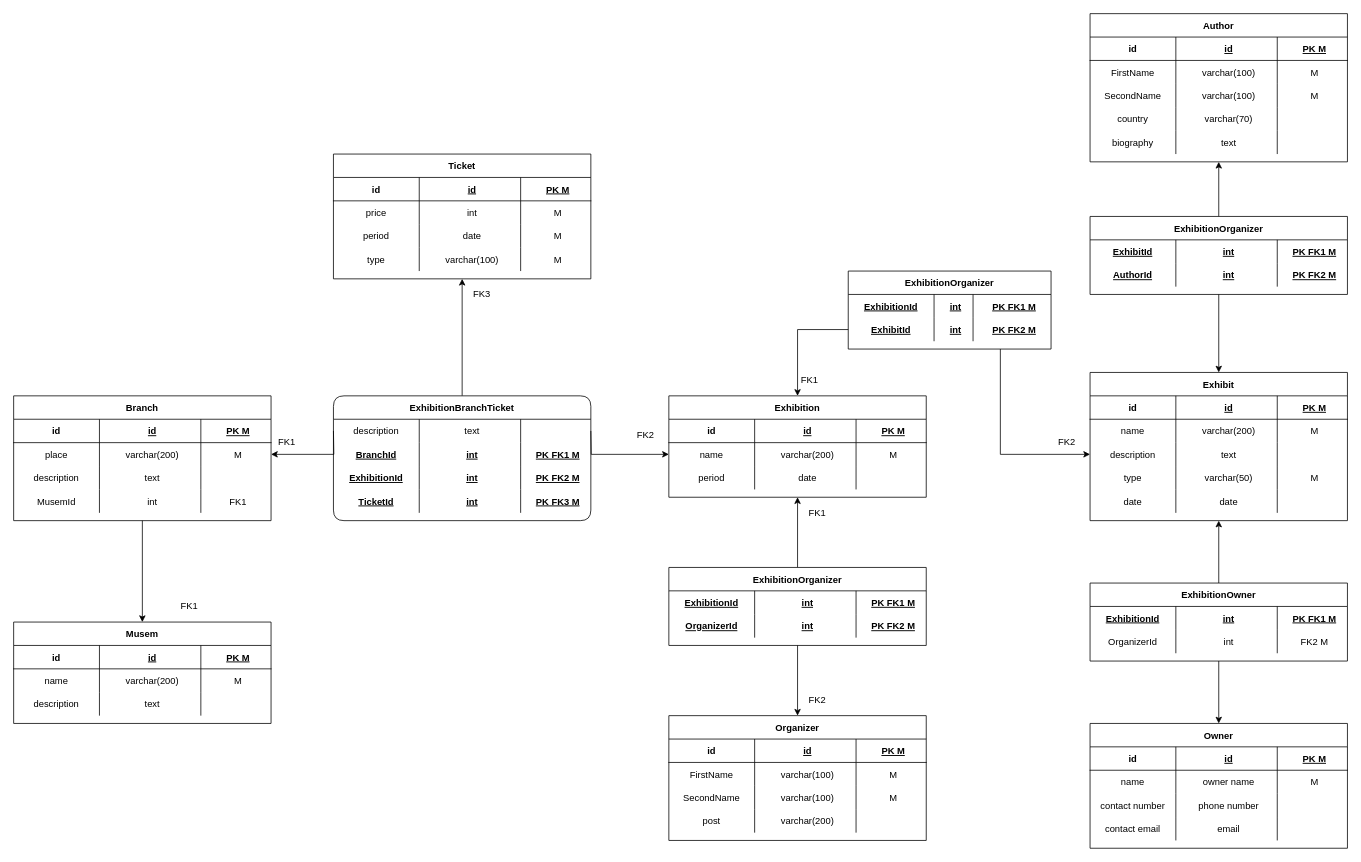
sergalb/db-musem-project keeps this draw.io diagram as Musem PDM.drawio. Above is the earlier version. Source tidied: cells renumbered, new cells numbered last; positions are measured from the earlier drawing's top-left corner, leaving out a move shared by most shapes. Both pictures are drawn from the tidied source at 78%, with x=0, y=0 at pixel (13, 13).
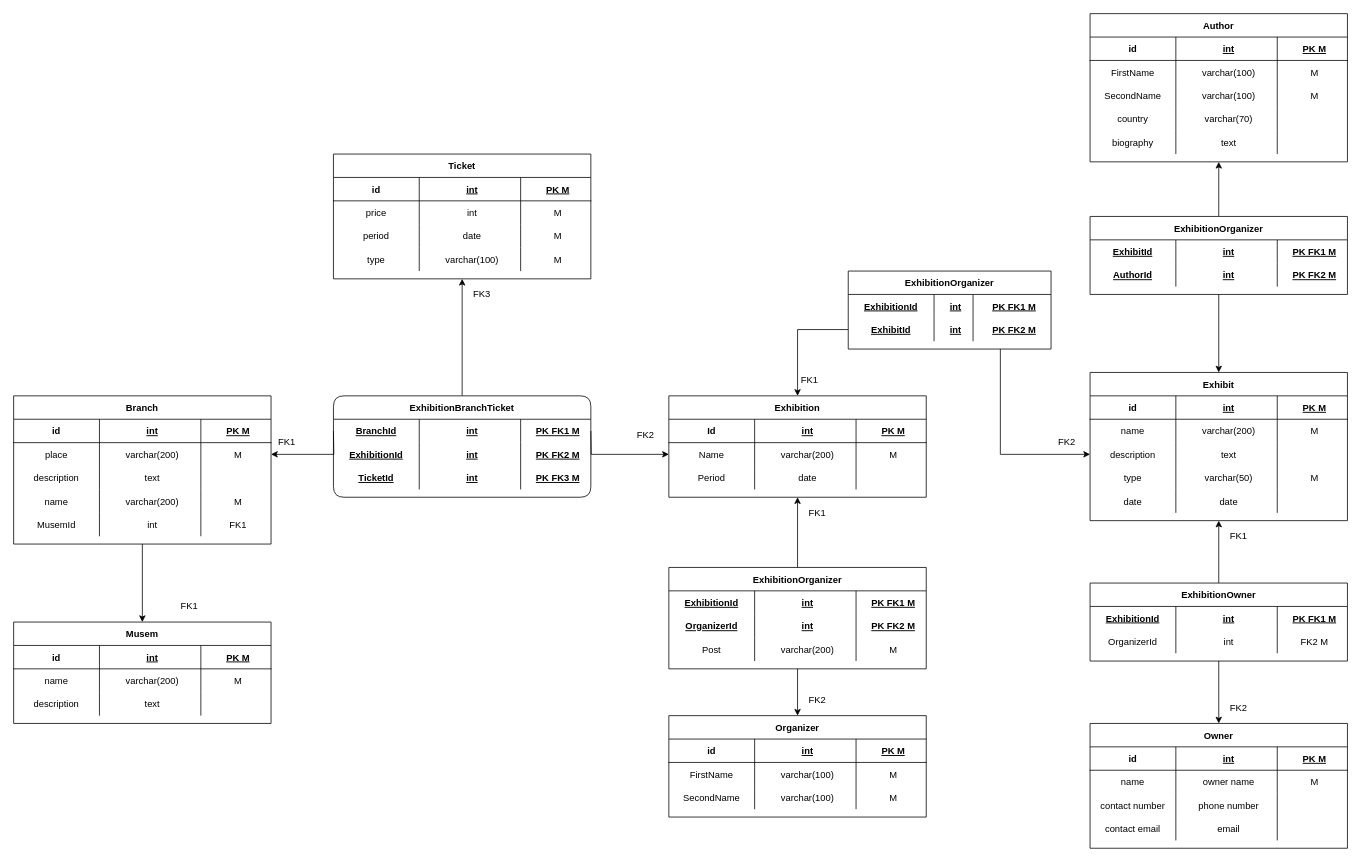
The same page after the edit.

The change refers to these unchanged cells:
```xml
<mxCell id="4" style="shape=partialRectangle;fillColor=none;top=0;left=0;bottom=1;right=0;align=center;" parent="3" vertex="1">
  <mxGeometry y="30" width="330" height="30" as="geometry" />
</mxCell>
<mxCell id="17" style="shape=partialRectangle;fillColor=none;top=0;left=0;bottom=1;right=0;align=center;" parent="16" vertex="1">
  <mxGeometry y="30" width="330" height="30" as="geometry" />
</mxCell>
<mxCell id="36" style="shape=partialRectangle;fillColor=none;top=0;left=0;bottom=1;right=0;align=center;" parent="35" vertex="1">
  <mxGeometry y="30" width="330" height="30" as="geometry" />
</mxCell>
<mxCell id="58" style="shape=partialRectangle;fillColor=none;top=0;left=0;bottom=1;right=0;align=center;" parent="57" vertex="1">
  <mxGeometry y="30" width="330" height="30" as="geometry" />
</mxCell>
<mxCell id="80" style="shape=partialRectangle;fillColor=none;top=0;left=0;bottom=1;right=0;align=center;" parent="79" vertex="1">
  <mxGeometry y="30" width="330" height="30" as="geometry" />
</mxCell>
<mxCell id="99" style="shape=partialRectangle;fillColor=none;top=0;left=0;bottom=1;right=0;align=center;" parent="98" vertex="1">
  <mxGeometry y="30" width="330" height="30" as="geometry" />
</mxCell>
<mxCell id="103" style="shape=partialRectangle;fillColor=none;top=0;left=0;bottom=0;right=0;points=[[0,0.5],[1,0.5]];portConstraint=eastwest;align=center;" parent="98" vertex="1">
  <mxGeometry y="60" width="330" height="30" as="geometry" />
</mxCell>
<mxCell id="107" style="shape=partialRectangle;fillColor=none;top=0;left=0;bottom=0;right=0;align=center;" parent="98" vertex="1">
  <mxGeometry y="90" width="330" height="30" as="geometry" />
</mxCell>
<mxCell id="113" style="shape=partialRectangle;fillColor=none;top=0;left=0;bottom=1;right=0;align=center;" parent="112" vertex="1">
  <mxGeometry y="30" width="330" height="30" as="geometry" />
</mxCell>
<mxCell id="186" style="shape=partialRectangle;fillColor=none;top=0;left=0;bottom=1;right=0;align=center;" parent="185" vertex="1">
  <mxGeometry y="30" width="330" height="30" as="geometry" />
</mxCell>
```

Diff of the diagram source:
```diff
@@
-    <mxCell id="6" value="id" style="shape=partialRectangle;fillColor=none;top=0;left=0;bottom=0;right=0;align=center;spacingLeft=6;fontStyle=5;overflow=hidden;" parent="4" vertex="1">
+    <mxCell id="6" value="int" style="shape=partialRectangle;fillColor=none;top=0;left=0;bottom=0;right=0;align=center;spacingLeft=6;fontStyle=5;overflow=hidden;" parent="4" vertex="1">
       <mxGeometry x="110" width="130" height="30" as="geometry" />
     </mxCell>
@@
     <mxCell id="16" value="Branch" style="shape=table;startSize=30;childLayout=tableLayout;rowLines=0;fontStyle=1;align=center;" parent="1" vertex="1">
-      <mxGeometry y="490" width="330" height="160" as="geometry" />
+      <mxGeometry y="490" width="330" height="190" as="geometry" />
     </mxCell>
@@
-    <mxCell id="19" value="id" style="shape=partialRectangle;fillColor=none;top=0;left=0;bottom=0;right=0;align=center;spacingLeft=6;fontStyle=5;overflow=hidden;" parent="17" vertex="1">
+    <mxCell id="19" value="int" style="shape=partialRectangle;fillColor=none;top=0;left=0;bottom=0;right=0;align=center;spacingLeft=6;fontStyle=5;overflow=hidden;" parent="17" vertex="1">
       <mxGeometry x="110" width="130" height="30" as="geometry" />
     </mxCell>
@@
+    <mxCell id="92" style="shape=partialRectangle;fillColor=none;top=0;left=0;bottom=0;right=0;align=center;" parent="16" vertex="1">
+      <mxGeometry y="120" width="330" height="30" as="geometry" />
+    </mxCell>
+    <mxCell id="211" value="name" style="shape=partialRectangle;fillColor=none;top=0;left=0;bottom=0;right=0;overflow=hidden;align=center;" parent="92" vertex="1">
+      <mxGeometry width="110" height="30" as="geometry" />
+    </mxCell>
+    <mxCell id="94" value="varchar(200)" style="shape=partialRectangle;fillColor=none;top=0;left=0;bottom=0;right=0;align=center;spacingLeft=6;overflow=hidden;" parent="92" vertex="1">
+      <mxGeometry x="110" width="130" height="30" as="geometry" />
+    </mxCell>
+    <mxCell id="212" value="M" style="shape=partialRectangle;fillColor=none;top=0;left=0;bottom=0;right=0;align=center;spacingLeft=6;overflow=hidden;" parent="92" vertex="1">
+      <mxGeometry x="240" width="90" height="30" as="geometry" />
+    </mxCell>
     <mxCell id="29" style="shape=partialRectangle;fillColor=none;top=0;left=0;bottom=0;right=0;align=center;" parent="16" vertex="1">
-      <mxGeometry y="120" width="330" height="30" as="geometry" />
+      <mxGeometry y="150" width="330" height="30" as="geometry" />
     </mxCell>
@@
-    <mxCell id="38" value="id" style="shape=partialRectangle;fillColor=none;top=0;left=0;bottom=0;right=0;align=center;spacingLeft=6;fontStyle=5;overflow=hidden;" parent="36" vertex="1">
+    <mxCell id="38" value="int" style="shape=partialRectangle;fillColor=none;top=0;left=0;bottom=0;right=0;align=center;spacingLeft=6;fontStyle=5;overflow=hidden;" parent="36" vertex="1">
       <mxGeometry x="110" width="130" height="30" as="geometry" />
     </mxCell>
@@
-    <mxCell id="60" value="id" style="shape=partialRectangle;fillColor=none;top=0;left=0;bottom=0;right=0;align=center;spacingLeft=6;fontStyle=5;overflow=hidden;" parent="58" vertex="1">
+    <mxCell id="60" value="int" style="shape=partialRectangle;fillColor=none;top=0;left=0;bottom=0;right=0;align=center;spacingLeft=6;fontStyle=5;overflow=hidden;" parent="58" vertex="1">
       <mxGeometry x="110" width="130" height="30" as="geometry" />
     </mxCell>
@@
     <mxCell id="79" value="Organizer" style="shape=table;startSize=30;childLayout=tableLayout;rowLines=0;fontStyle=1;align=center;" parent="1" vertex="1">
-      <mxGeometry x="840" y="900" width="330" height="160" as="geometry" />
+      <mxGeometry x="840" y="900" width="330" height="130" as="geometry" />
     </mxCell>
@@
-    <mxCell id="82" value="id" style="shape=partialRectangle;fillColor=none;top=0;left=0;bottom=0;right=0;align=center;spacingLeft=6;fontStyle=5;overflow=hidden;" parent="80" vertex="1">
+    <mxCell id="82" value="int" style="shape=partialRectangle;fillColor=none;top=0;left=0;bottom=0;right=0;align=center;spacingLeft=6;fontStyle=5;overflow=hidden;" parent="80" vertex="1">
       <mxGeometry x="110" width="130" height="30" as="geometry" />
     </mxCell>
@@
-    <mxCell id="92" style="shape=partialRectangle;fillColor=none;top=0;left=0;bottom=0;right=0;align=center;" parent="79" vertex="1">
-      <mxGeometry y="120" width="330" height="30" as="geometry" />
-    </mxCell>
-    <mxCell id="93" value="post" style="shape=partialRectangle;fillColor=none;top=0;left=0;bottom=0;right=0;overflow=hidden;align=center;" parent="92" vertex="1">
-      <mxGeometry width="110" height="30" as="geometry" />
-    </mxCell>
-    <mxCell id="94" value="varchar(200)" style="shape=partialRectangle;fillColor=none;top=0;left=0;bottom=0;right=0;align=center;spacingLeft=6;overflow=hidden;" parent="92" vertex="1">
-      <mxGeometry x="110" width="130" height="30" as="geometry" />
-    </mxCell>
-    <mxCell id="95" style="shape=partialRectangle;fillColor=none;top=0;left=0;bottom=0;right=0;align=center;spacingLeft=6;overflow=hidden;" parent="92" vertex="1">
-      <mxGeometry x="240" width="90" height="30" as="geometry" />
-    </mxCell>
@@
-    <mxCell id="100" value="id" style="shape=partialRectangle;fillColor=none;top=0;left=0;bottom=0;right=0;fontStyle=1;overflow=hidden;align=center;" parent="99" vertex="1">
+    <mxCell id="100" value="Id" style="shape=partialRectangle;fillColor=none;top=0;left=0;bottom=0;right=0;fontStyle=1;overflow=hidden;align=center;" parent="99" vertex="1">
       <mxGeometry width="110" height="30" as="geometry" />
     </mxCell>
-    <mxCell id="101" value="id" style="shape=partialRectangle;fillColor=none;top=0;left=0;bottom=0;right=0;align=center;spacingLeft=6;fontStyle=5;overflow=hidden;" parent="99" vertex="1">
+    <mxCell id="101" value="int" style="shape=partialRectangle;fillColor=none;top=0;left=0;bottom=0;right=0;align=center;spacingLeft=6;fontStyle=5;overflow=hidden;" parent="99" vertex="1">
       <mxGeometry x="110" width="130" height="30" as="geometry" />
     </mxCell>
@@
-    <mxCell id="104" value="name" style="shape=partialRectangle;fillColor=none;top=0;left=0;bottom=0;right=0;overflow=hidden;align=center;" parent="103" vertex="1">
+    <mxCell id="104" value="Name" style="shape=partialRectangle;fillColor=none;top=0;left=0;bottom=0;right=0;overflow=hidden;align=center;" parent="103" vertex="1">
       <mxGeometry width="110" height="30" as="geometry" />
     </mxCell>
@@
-    <mxCell id="108" value="period" style="shape=partialRectangle;fillColor=none;top=0;left=0;bottom=0;right=0;overflow=hidden;align=center;" parent="107" vertex="1">
+    <mxCell id="108" value="Period" style="shape=partialRectangle;fillColor=none;top=0;left=0;bottom=0;right=0;overflow=hidden;align=center;" parent="107" vertex="1">
       <mxGeometry width="110" height="30" as="geometry" />
     </mxCell>
@@
-    <mxCell id="115" value="id" style="shape=partialRectangle;fillColor=none;top=0;left=0;bottom=0;right=0;align=center;spacingLeft=6;fontStyle=5;overflow=hidden;" parent="113" vertex="1">
+    <mxCell id="115" value="int" style="shape=partialRectangle;fillColor=none;top=0;left=0;bottom=0;right=0;align=center;spacingLeft=6;fontStyle=5;overflow=hidden;" parent="113" vertex="1">
       <mxGeometry x="110" width="130" height="30" as="geometry" />
     </mxCell>
@@
     <mxCell id="129" value="ExhibitionBranchTicket" style="shape=table;startSize=30;childLayout=tableLayout;rowLines=0;fontStyle=1;align=center;rounded=1;" parent="1" vertex="1">
-      <mxGeometry x="410" y="490" width="330" height="160" as="geometry" />
+      <mxGeometry x="410" y="490" width="330" height="130" as="geometry" />
     </mxCell>
-    <mxCell id="130" style="shape=partialRectangle;fillColor=none;top=0;left=0;bottom=0;right=0;align=center;" parent="129" vertex="1">
-      <mxGeometry y="30" width="330" height="30" as="geometry" />
-    </mxCell>
-    <mxCell id="131" value="description" style="shape=partialRectangle;fillColor=none;top=0;left=0;bottom=0;right=0;overflow=hidden;align=center;" parent="130" vertex="1">
-      <mxGeometry width="110" height="30" as="geometry" />
-    </mxCell>
-    <mxCell id="132" value="text" style="shape=partialRectangle;fillColor=none;top=0;left=0;bottom=0;right=0;align=center;spacingLeft=6;overflow=hidden;" parent="130" vertex="1">
-      <mxGeometry x="110" width="130" height="30" as="geometry" />
-    </mxCell>
-    <mxCell id="133" style="shape=partialRectangle;fillColor=none;top=0;left=0;bottom=0;right=0;align=center;spacingLeft=6;overflow=hidden;" parent="130" vertex="1">
-      <mxGeometry x="240" width="90" height="30" as="geometry" />
-    </mxCell>
     <mxCell id="134" style="shape=partialRectangle;fillColor=none;top=0;left=0;bottom=0;right=0;align=center;fontStyle=5;" parent="129" vertex="1">
-      <mxGeometry y="60" width="330" height="30" as="geometry" />
+      <mxGeometry y="30" width="330" height="30" as="geometry" />
     </mxCell>
@@
     <mxCell id="138" style="shape=partialRectangle;fillColor=none;top=0;left=0;bottom=0;right=0;align=center;fontStyle=5;" parent="129" vertex="1">
-      <mxGeometry y="90" width="330" height="30" as="geometry" />
+      <mxGeometry y="60" width="330" height="30" as="geometry" />
     </mxCell>
@@
     <mxCell id="142" style="shape=partialRectangle;fillColor=none;top=0;left=0;bottom=0;right=0;align=center;fontStyle=5;" parent="129" vertex="1">
-      <mxGeometry y="120" width="330" height="30" as="geometry" />
+      <mxGeometry y="90" width="330" height="30" as="geometry" />
     </mxCell>
@@
     <mxCell id="149" value="ExhibitionOrganizer" style="shape=table;startSize=30;childLayout=tableLayout;rowLines=0;fontStyle=1;align=center;" parent="1" vertex="1">
-      <mxGeometry x="840" y="710" width="330" height="100" as="geometry" />
+      <mxGeometry x="840" y="710" width="330" height="130" as="geometry" />
     </mxCell>
@@
+    <mxCell id="213" style="shape=partialRectangle;fillColor=none;top=0;left=0;bottom=0;right=0;align=center;fontStyle=5;" parent="149" vertex="1">
+      <mxGeometry y="60" width="330" height="30" as="geometry" />
+    </mxCell>
+    <mxCell id="214" value="OrganizerId" style="shape=partialRectangle;fillColor=none;top=0;left=0;bottom=0;right=0;overflow=hidden;align=center;fontStyle=5;" parent="213" vertex="1">
+      <mxGeometry width="110" height="30" as="geometry" />
+    </mxCell>
+    <mxCell id="215" value="int" style="shape=partialRectangle;fillColor=none;top=0;left=0;bottom=0;right=0;align=center;spacingLeft=6;overflow=hidden;fontStyle=5;" parent="213" vertex="1">
+      <mxGeometry x="110" width="130" height="30" as="geometry" />
+    </mxCell>
+    <mxCell id="216" value="PK FK2 M" style="shape=partialRectangle;fillColor=none;top=0;left=0;bottom=0;right=0;align=center;spacingLeft=6;overflow=hidden;fontStyle=5;" parent="213" vertex="1">
+      <mxGeometry x="240" width="90" height="30" as="geometry" />
+    </mxCell>
     <mxCell id="154" style="shape=partialRectangle;fillColor=none;top=0;left=0;bottom=0;right=0;align=center;fontStyle=5;" parent="149" vertex="1">
-      <mxGeometry y="60" width="330" height="30" as="geometry" />
+      <mxGeometry y="90" width="330" height="30" as="geometry" />
     </mxCell>
-    <mxCell id="155" value="OrganizerId" style="shape=partialRectangle;fillColor=none;top=0;left=0;bottom=0;right=0;overflow=hidden;align=center;fontStyle=5;" parent="154" vertex="1">
+    <mxCell id="155" value="Post" style="shape=partialRectangle;fillColor=none;top=0;left=0;bottom=0;right=0;overflow=hidden;align=center;fontStyle=0;" parent="154" vertex="1">
       <mxGeometry width="110" height="30" as="geometry" />
     </mxCell>
-    <mxCell id="156" value="int" style="shape=partialRectangle;fillColor=none;top=0;left=0;bottom=0;right=0;align=center;spacingLeft=6;overflow=hidden;fontStyle=5;" parent="154" vertex="1">
+    <mxCell id="156" value="varchar(200)" style="shape=partialRectangle;fillColor=none;top=0;left=0;bottom=0;right=0;align=center;spacingLeft=6;overflow=hidden;fontStyle=0;" parent="154" vertex="1">
       <mxGeometry x="110" width="130" height="30" as="geometry" />
     </mxCell>
-    <mxCell id="157" value="PK FK2 M" style="shape=partialRectangle;fillColor=none;top=0;left=0;bottom=0;right=0;align=center;spacingLeft=6;overflow=hidden;fontStyle=5;" parent="154" vertex="1">
+    <mxCell id="157" value="M" style="shape=partialRectangle;fillColor=none;top=0;left=0;bottom=0;right=0;align=center;spacingLeft=6;overflow=hidden;fontStyle=0;" parent="154" vertex="1">
       <mxGeometry x="240" width="90" height="30" as="geometry" />
     </mxCell>
@@
-    <mxCell id="188" value="id" style="shape=partialRectangle;fillColor=none;top=0;left=0;bottom=0;right=0;align=center;spacingLeft=6;fontStyle=5;overflow=hidden;" parent="186" vertex="1">
+    <mxCell id="188" value="int" style="shape=partialRectangle;fillColor=none;top=0;left=0;bottom=0;right=0;align=center;spacingLeft=6;fontStyle=5;overflow=hidden;" parent="186" vertex="1">
       <mxGeometry x="110" width="130" height="30" as="geometry" />
     </mxCell>
@@
+    <mxCell id="217" value="FK1" style="text;html=1;align=center;verticalAlign=middle;" parent="1" vertex="1">
+      <mxGeometry x="1550" y="660" width="40" height="20" as="geometry" />
+    </mxCell>
+    <mxCell id="218" value="FK2" style="text;html=1;align=center;verticalAlign=middle;rotation=0;" parent="1" vertex="1">
+      <mxGeometry x="1550" y="880" width="40" height="20" as="geometry" />
+    </mxCell>
```
